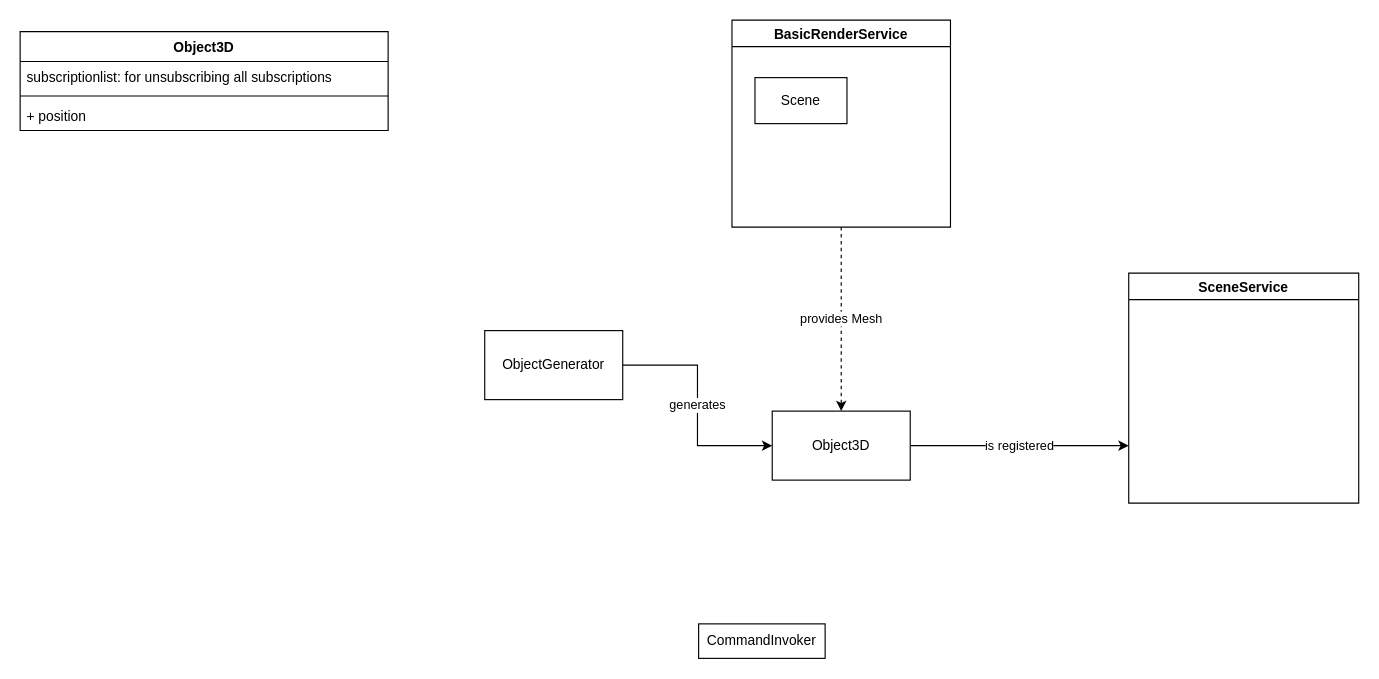
This is doc/architecture.drawio from MartinPyka/popupapp, a draw.io file, before an edit. Source tidied: cells renumbered, new cells numbered last; positions are measured from the earlier drawing's top-left corner, leaving out a move shared by most shapes. Both pictures are drawn from the tidied source at 115%, with x=0, y=0 at pixel (20, 20).
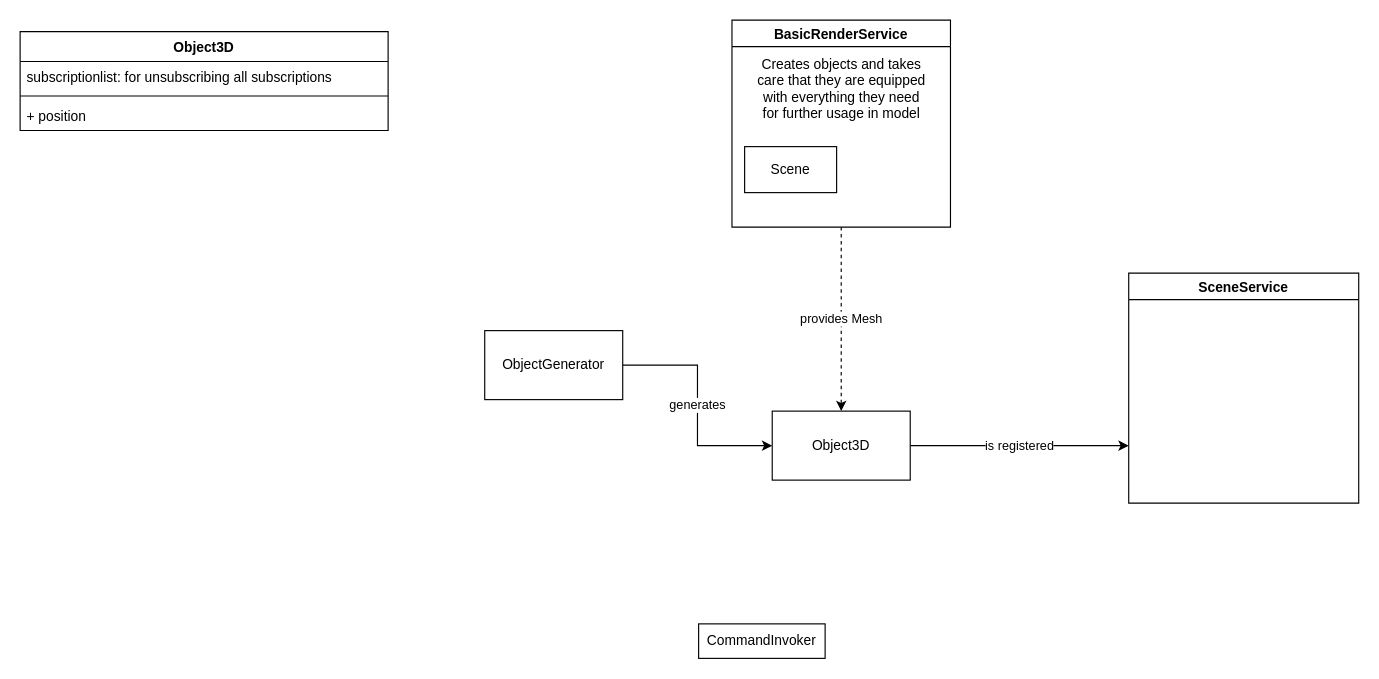
The same diagram, later.

Diff of the diagram source:
```diff
@@
 <mxGraphModel>
   <root>
     <mxCell id="0" />
     <mxCell id="1" parent="0" />
     <mxCell id="2" value="generates" style="edgeStyle=orthogonalEdgeStyle;rounded=0;jettySize=auto;html=1;entryX=0;entryY=0.5;entryDx=0;entryDy=0;" parent="1" edge="1" source="3" target="8">
       <mxGeometry relative="1" as="geometry" />
     </mxCell>
     <mxCell id="3" value="ObjectGenerator" style="rounded=0;whiteSpace=wrap;html=1;" parent="1" vertex="1">
       <mxGeometry x="404" y="270" width="120" height="60" as="geometry" />
     </mxCell>
     <mxCell id="4" value="provides Mesh" style="edgeStyle=orthogonalEdgeStyle;rounded=0;jettySize=auto;html=1;dashed=1;" parent="1" edge="1" source="5" target="8">
       <mxGeometry relative="1" as="geometry" />
     </mxCell>
     <mxCell id="5" value="BasicRenderService" style="swimlane;" parent="1" vertex="1">
       <mxGeometry x="619" width="190" height="180" as="geometry" />
     </mxCell>
     <mxCell id="6" value="Scene" style="rounded=0;whiteSpace=wrap;html=1;" parent="5" vertex="1">
-      <mxGeometry x="20" y="50" width="80" height="40" as="geometry" />
+      <mxGeometry x="11" y="110" width="80" height="40" as="geometry" />
     </mxCell>
+    <mxCell id="15" value="Creates objects and takes&lt;br&gt;care that they are equipped&lt;br&gt;with everything they need&lt;br&gt;for further usage in model" style="text;html=1;align=center;verticalAlign=middle;strokeColor=none;fillColor=none;" parent="5" vertex="1">
+      <mxGeometry x="15" y="30" width="160" height="60" as="geometry" />
+    </mxCell>
     <mxCell id="7" value="is registered" style="edgeStyle=orthogonalEdgeStyle;rounded=0;jettySize=auto;html=1;entryX=0;entryY=0.75;entryDx=0;entryDy=0;" parent="1" edge="1" source="8" target="9">
       <mxGeometry relative="1" as="geometry" />
     </mxCell>
     <mxCell id="8" value="Object3D" style="rounded=0;whiteSpace=wrap;html=1;" parent="1" vertex="1">
       <mxGeometry x="654" y="340" width="120" height="60" as="geometry" />
     </mxCell>
     <mxCell id="9" value="SceneService" style="swimlane;" parent="1" vertex="1">
       <mxGeometry x="964" y="220" width="200" height="200" as="geometry" />
     </mxCell>
     <mxCell id="10" value="Object3D" style="swimlane;fontStyle=1;align=center;verticalAlign=top;horizontal=1;startSize=26;" parent="1" vertex="1">
       <mxGeometry y="10" width="320" height="86" as="geometry" />
     </mxCell>
     <mxCell id="11" value="subscriptionlist: for unsubscribing all subscriptions" style="text;strokeColor=none;fillColor=none;align=left;verticalAlign=top;spacingLeft=4;spacingRight=4;overflow=hidden;" parent="10" vertex="1">
       <mxGeometry y="26" width="320" height="26" as="geometry" />
     </mxCell>
     <mxCell id="12" style="line;strokeWidth=1;fillColor=none;align=left;verticalAlign=middle;spacingTop=-1;spacingLeft=3;spacingRight=3;labelPosition=right;" parent="10" vertex="1">
       <mxGeometry y="52" width="320" height="8" as="geometry" />
     </mxCell>
     <mxCell id="13" value="+ position" style="text;strokeColor=none;fillColor=none;align=left;verticalAlign=top;spacingLeft=4;spacingRight=4;overflow=hidden;" parent="10" vertex="1">
       <mxGeometry y="60" width="320" height="26" as="geometry" />
     </mxCell>
     <mxCell id="14" value="CommandInvoker" style="rounded=0;whiteSpace=wrap;html=1;" parent="1" vertex="1">
       <mxGeometry x="590" y="525" width="110" height="30" as="geometry" />
     </mxCell>
   </root>
 </mxGraphModel>
```
